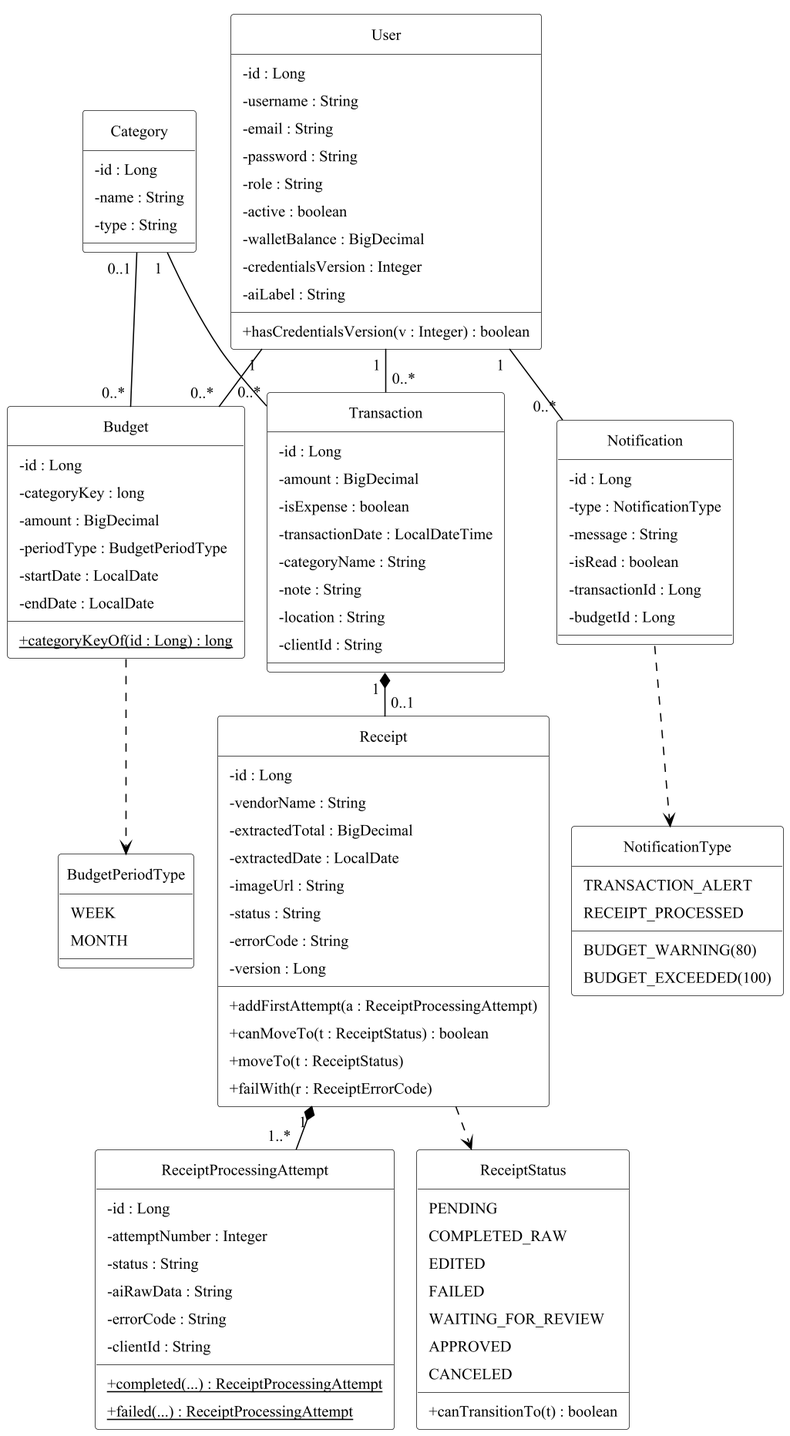
Before: docs/thesis/diagrams/ch3_lop_thiet_ke_thuc_the.png, a diagram exported from PlantUML (TriPhan15/donutpay-monorepo). Its diagram source:
```plantuml
@startuml
!pragma layout smetana
!include _style.iuml
skinparam ClassBackgroundColor white
skinparam ClassAttributeIconSize 0
skinparam defaultFontSize 13
hide circle

class User {
  - id : Long
  - username : String
  - email : String
  - password : String
  - role : String
  - active : boolean
  - walletBalance : BigDecimal
  - credentialsVersion : Integer
  - aiLabel : String
  + hasCredentialsVersion(v : Integer) : boolean
}
class Transaction {
  - id : Long
  - amount : BigDecimal
  - isExpense : boolean
  - transactionDate : LocalDateTime
  - categoryName : String
  - note : String
  - location : String
  - clientId : String
}
class Receipt {
  - id : Long
  - vendorName : String
  - extractedTotal : BigDecimal
  - extractedDate : LocalDate
  - imageUrl : String
  - status : String
  - errorCode : String
  - version : Long
  + addFirstAttempt(a : ReceiptProcessingAttempt)
  + canMoveTo(t : ReceiptStatus) : boolean
  + moveTo(t : ReceiptStatus)
  + failWith(r : ReceiptErrorCode)
}
class ReceiptProcessingAttempt {
  - id : Long
  - attemptNumber : Integer
  - status : String
  - aiRawData : String
  - errorCode : String
  - clientId : String
  + {static} completed(...) : ReceiptProcessingAttempt
  + {static} failed(...) : ReceiptProcessingAttempt
}
class Category {
  - id : Long
  - name : String
  - type : String
}
class Budget {
  - id : Long
  - categoryKey : long
  - amount : BigDecimal
  - periodType : BudgetPeriodType
  - startDate : LocalDate
  - endDate : LocalDate
  + {static} categoryKeyOf(id : Long) : long
}
class Notification {
  - id : Long
  - type : NotificationType
  - message : String
  - isRead : boolean
  - transactionId : Long
  - budgetId : Long
}
enum ReceiptStatus {
  PENDING
  COMPLETED_RAW
  EDITED
  FAILED
  WAITING_FOR_REVIEW
  APPROVED
  CANCELED
  + canTransitionTo(t) : boolean
}
enum NotificationType {
  BUDGET_WARNING(80)
  BUDGET_EXCEEDED(100)
  TRANSACTION_ALERT
  RECEIPT_PROCESSED
}
enum BudgetPeriodType {
  WEEK
  MONTH
}

User "1" -- "0..*" Transaction
Category "1" -- "0..*" Transaction
Transaction "1" *-- "0..1" Receipt
Receipt "1" *-- "1..*" ReceiptProcessingAttempt
User "1" -- "0..*" Budget
Category "0..1" -- "0..*" Budget
User "1" -- "0..*" Notification
Receipt ..> ReceiptStatus
Notification ..> NotificationType
Budget ..> BudgetPeriodType
@enduml
```
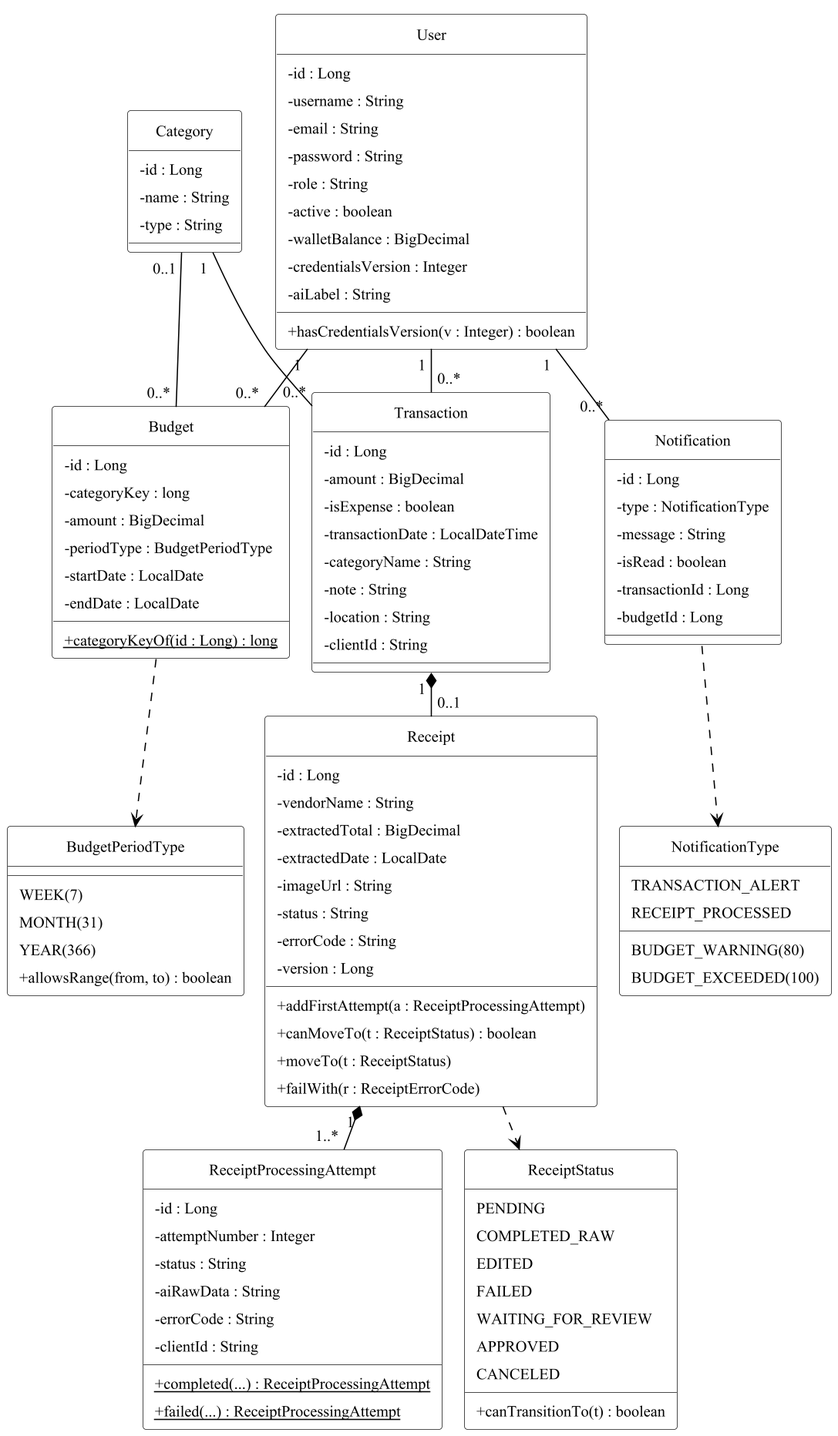
After the change.

The edit, as a diff of the source:
```diff
@@ -91,8 +91,10 @@
   RECEIPT_PROCESSED
 }
 enum BudgetPeriodType {
-  WEEK
-  MONTH
+  WEEK(7)
+  MONTH(31)
+  YEAR(366)
+  + allowsRange(from, to) : boolean
 }
 
 User "1" -- "0..*" Transaction
```
